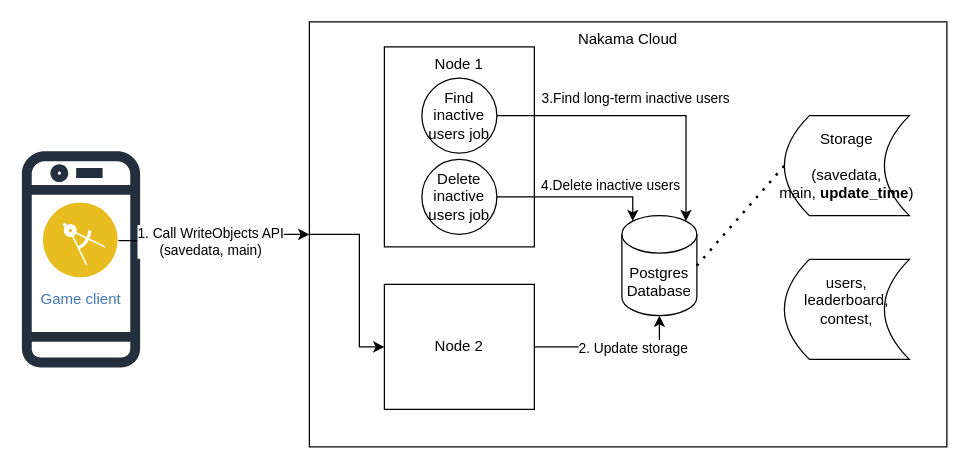
The draw.io diagram Delete long term inactive users.drawio in yaohuiwu/SimpleFS, before the edit. Source tidied: cells renumbered, new cells numbered last; positions are measured from the earlier drawing's top-left corner, leaving out a move shared by most shapes. Both pictures are drawn from the tidied source at 125%, with x=0, y=0 at pixel (21, 21).
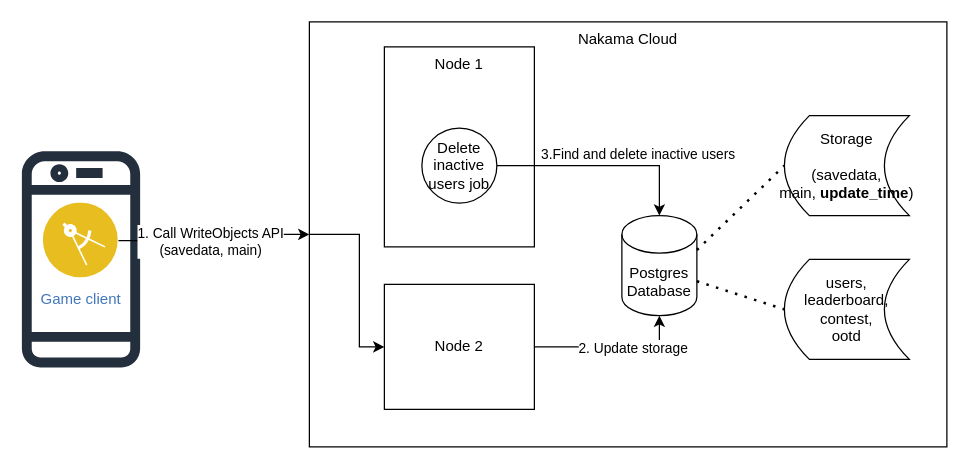
Above is the later version.

Unchanged cells that the change refers to:
```xml
<mxCell id="7" value="Postgres Database" style="shape=cylinder3;whiteSpace=wrap;html=1;boundedLbl=1;backgroundOutline=1;size=15;" parent="1" vertex="1">
  <mxGeometry x="480" y="155" width="60" height="80" as="geometry" />
</mxCell>
<mxCell id="20" value="Storage&lt;br style=&quot;border-color: var(--border-color);&quot;&gt;&lt;br style=&quot;border-color: var(--border-color);&quot;&gt;(savedata, main,&amp;nbsp;&lt;b style=&quot;border-color: var(--border-color);&quot;&gt;update_time&lt;/b&gt;)" style="shape=dataStorage;whiteSpace=wrap;html=1;fixedSize=1;" parent="1" vertex="1">
  <mxGeometry x="610" y="75" width="100" height="80" as="geometry" />
</mxCell>
```

The edit, as a diff of the source:
```diff
@@
-    <mxCell id="8" style="endArrow=none;dashed=1;html=1;dashPattern=1 3;strokeWidth=2;rounded=0;entryX=0;entryY=0.5;entryDx=0;entryDy=0;exitX=1;exitY=0.5;exitDx=0;exitDy=0;exitPerimeter=0;" parent="1" edge="1" source="7" target="20">
+    <mxCell id="8" style="endArrow=none;dashed=1;html=1;dashPattern=1 3;strokeWidth=2;rounded=0;entryX=0;entryY=0.5;entryDx=0;entryDy=0;exitX=1;exitY=0;exitDx=0;exitDy=27.5;exitPerimeter=0;" parent="1" edge="1" source="7" target="20">
       <mxGeometry relative="1" as="geometry" />
     </mxCell>
@@
-    <mxCell id="12" style="edgeStyle=orthogonalEdgeStyle;rounded=0;jettySize=auto;html=1;exitX=1;exitY=0.5;exitDx=0;exitDy=0;entryX=0.855;entryY=0;entryDx=0;entryDy=4.35;entryPerimeter=0;" parent="1" edge="1" source="14" target="7">
-      <mxGeometry relative="1" as="geometry" />
-    </mxCell>
-    <mxCell id="13" value="3.Find long-term inactive users" style="edgeLabel;html=1;align=center;verticalAlign=middle;" parent="12" vertex="1">
-      <mxGeometry x="0.05" relative="1" as="geometry">
-        <mxPoint x="-14" y="-15" as="offset" />
-      </mxGeometry>
-    </mxCell>
-    <mxCell id="14" value="Find inactive users job" style="ellipse;whiteSpace=wrap;html=1;" parent="1" vertex="1">
-      <mxGeometry x="320" y="45" width="60" height="60" as="geometry" />
-    </mxCell>
@@
     <mxCell id="17" value="Delete inactive users job" style="ellipse;whiteSpace=wrap;html=1;" parent="1" vertex="1">
-      <mxGeometry x="320" y="110" width="60" height="60" as="geometry" />
+      <mxGeometry x="320" y="85" width="60" height="60" as="geometry" />
     </mxCell>
-    <mxCell id="18" style="edgeStyle=orthogonalEdgeStyle;rounded=0;jettySize=auto;html=1;exitX=1;exitY=0.5;exitDx=0;exitDy=0;entryX=0.145;entryY=0;entryDx=0;entryDy=4.35;entryPerimeter=0;" parent="1" edge="1" source="17" target="7">
+    <mxCell id="18" style="edgeStyle=orthogonalEdgeStyle;rounded=0;jettySize=auto;html=1;exitX=1;exitY=0.5;exitDx=0;exitDy=0;entryX=0.5;entryY=0;entryDx=0;entryDy=0;entryPerimeter=0;" parent="1" edge="1" source="17" target="7">
       <mxGeometry relative="1" as="geometry">
         <Array as="points">
-          <mxPoint x="489" y="140" />
+          <mxPoint x="510" y="115" />
         </Array>
       </mxGeometry>
     </mxCell>
-    <mxCell id="19" value="4.Delete inactive users" style="edgeLabel;html=1;align=center;verticalAlign=middle;" parent="18" vertex="1">
+    <mxCell id="19" value="3.Find and delete inactive users" style="edgeLabel;html=1;align=center;verticalAlign=middle;" parent="18" vertex="1">
       <mxGeometry x="0.06" y="-4" relative="1" as="geometry">
         <mxPoint x="22" y="-14" as="offset" />
       </mxGeometry>
     </mxCell>
@@
-    <mxCell id="21" value="users, leaderboard,&lt;br&gt;contest,&lt;br&gt;&lt;br&gt;" style="shape=dataStorage;whiteSpace=wrap;html=1;fixedSize=1;" parent="1" vertex="1">
+    <mxCell id="21" value="users, leaderboard,&lt;br&gt;contest,&lt;br&gt;ootd&lt;br&gt;" style="shape=dataStorage;whiteSpace=wrap;html=1;fixedSize=1;" parent="1" vertex="1">
       <mxGeometry x="610" y="190" width="100" height="80" as="geometry" />
     </mxCell>
+    <mxCell id="22" style="endArrow=none;dashed=1;html=1;dashPattern=1 3;strokeWidth=2;rounded=0;entryX=0;entryY=0.5;entryDx=0;entryDy=0;exitX=1;exitY=0;exitDx=0;exitDy=52.5;exitPerimeter=0;" parent="1" edge="1" source="7" target="21">
+      <mxGeometry relative="1" as="geometry" />
+    </mxCell>
```
